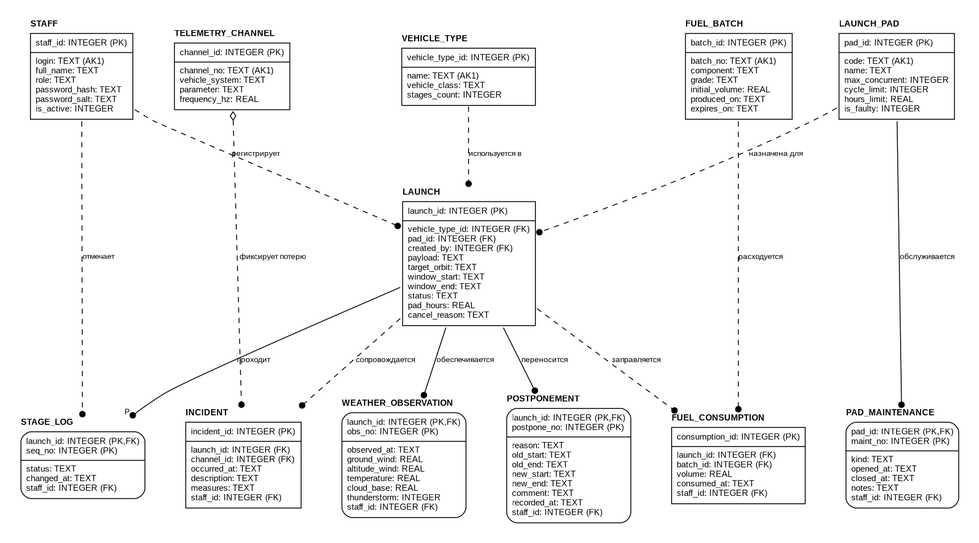
Before: docs/diagrams/idef1x/idef1x.png, a diagram exported from Graphviz (r3DBAD/SpaceCenter). Its source is kept beside it as docs/diagrams/idef1x/idef1x.dot.
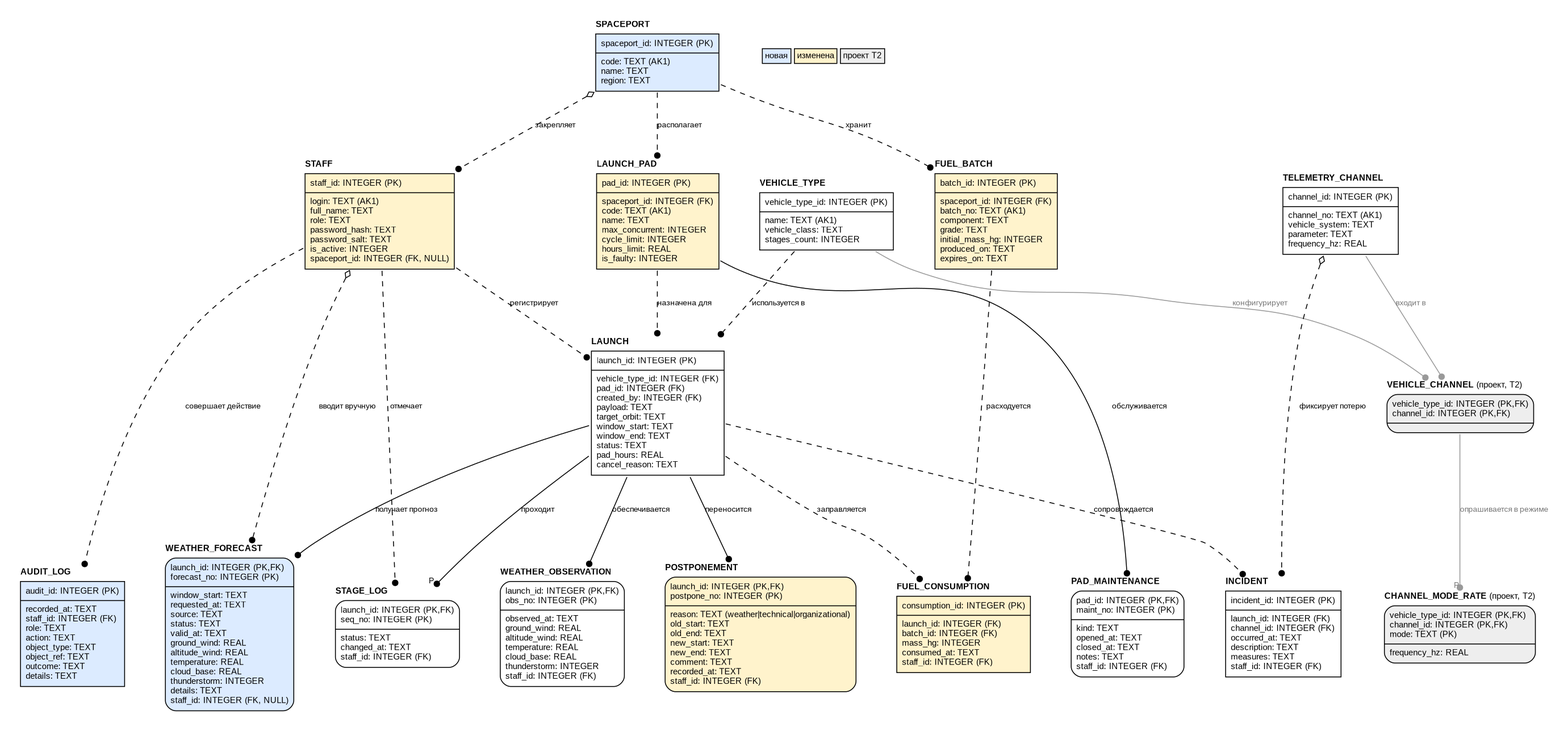
After the change.

What changed in the source:
```diff
@@ -2,18 +2,23 @@
  graph [rankdir=TB fontname="Arial" nodesep=0.6 ranksep=0.9 splines=true pad=0.3 bgcolor=white];
  node [fontname="Arial" fontsize=10];
  edge [fontname="Arial" fontsize=9 dir=both arrowtail=none arrowhead=dot arrowsize=0.8];
- STAFF [shape=plain label=<<TABLE BORDER="0" CELLBORDER="0" CELLSPACING="0"><TR><TD ALIGN="LEFT"><B>STAFF</B></TD></TR><TR><TD><TABLE BORDER="1.5" CELLBORDER="0" CELLSPACING="0" CELLPADDING="5" BGCOLOR="white"><TR><TD ALIGN="LEFT" BALIGN="LEFT">staff_id: INTEGER (PK)<BR ALIGN="LEFT"/></TD></TR><HR/><TR><TD ALIGN="LEFT" BALIGN="LEFT">login: TEXT (AK1)<BR ALIGN="LEFT"/>full_name: TEXT<BR ALIGN="LEFT"/>role: TEXT<BR ALIGN="LEFT"/>password_hash: TEXT<BR ALIGN="LEFT"/>password_salt: TEXT<BR ALIGN="LEFT"/>is_active: INTEGER<BR ALIGN="LEFT"/></TD></TR></TABLE></TD></TR></TABLE>>];
+ SPACEPORT [shape=plain label=<<TABLE BORDER="0" CELLBORDER="0" CELLSPACING="0"><TR><TD ALIGN="LEFT"><B>SPACEPORT</B></TD></TR><TR><TD><TABLE BORDER="1.5" CELLBORDER="0" CELLSPACING="0" CELLPADDING="5" BGCOLOR="#dcebff"><TR><TD ALIGN="LEFT" BALIGN="LEFT">spaceport_id: INTEGER (PK)<BR ALIGN="LEFT"/></TD></TR><HR/><TR><TD ALIGN="LEFT" BALIGN="LEFT">code: TEXT (AK1)<BR ALIGN="LEFT"/>name: TEXT<BR ALIGN="LEFT"/>region: TEXT<BR ALIGN="LEFT"/></TD></TR></TABLE></TD></TR></TABLE>>];
+ STAFF [shape=plain label=<<TABLE BORDER="0" CELLBORDER="0" CELLSPACING="0"><TR><TD ALIGN="LEFT"><B>STAFF</B></TD></TR><TR><TD><TABLE BORDER="1.5" CELLBORDER="0" CELLSPACING="0" CELLPADDING="5" BGCOLOR="#fff3cc"><TR><TD ALIGN="LEFT" BALIGN="LEFT">staff_id: INTEGER (PK)<BR ALIGN="LEFT"/></TD></TR><HR/><TR><TD ALIGN="LEFT" BALIGN="LEFT">login: TEXT (AK1)<BR ALIGN="LEFT"/>full_name: TEXT<BR ALIGN="LEFT"/>role: TEXT<BR ALIGN="LEFT"/>password_hash: TEXT<BR ALIGN="LEFT"/>password_salt: TEXT<BR ALIGN="LEFT"/>is_active: INTEGER<BR ALIGN="LEFT"/>spaceport_id: INTEGER (FK, NULL)<BR ALIGN="LEFT"/></TD></TR></TABLE></TD></TR></TABLE>>];
  VEHICLE_TYPE [shape=plain label=<<TABLE BORDER="0" CELLBORDER="0" CELLSPACING="0"><TR><TD ALIGN="LEFT"><B>VEHICLE_TYPE</B></TD></TR><TR><TD><TABLE BORDER="1.5" CELLBORDER="0" CELLSPACING="0" CELLPADDING="5" BGCOLOR="white"><TR><TD ALIGN="LEFT" BALIGN="LEFT">vehicle_type_id: INTEGER (PK)<BR ALIGN="LEFT"/></TD></TR><HR/><TR><TD ALIGN="LEFT" BALIGN="LEFT">name: TEXT (AK1)<BR ALIGN="LEFT"/>vehicle_class: TEXT<BR ALIGN="LEFT"/>stages_count: INTEGER<BR ALIGN="LEFT"/></TD></TR></TABLE></TD></TR></TABLE>>];
- LAUNCH_PAD [shape=plain label=<<TABLE BORDER="0" CELLBORDER="0" CELLSPACING="0"><TR><TD ALIGN="LEFT"><B>LAUNCH_PAD</B></TD></TR><TR><TD><TABLE BORDER="1.5" CELLBORDER="0" CELLSPACING="0" CELLPADDING="5" BGCOLOR="white"><TR><TD ALIGN="LEFT" BALIGN="LEFT">pad_id: INTEGER (PK)<BR ALIGN="LEFT"/></TD></TR><HR/><TR><TD ALIGN="LEFT" BALIGN="LEFT">code: TEXT (AK1)<BR ALIGN="LEFT"/>name: TEXT<BR ALIGN="LEFT"/>max_concurrent: INTEGER<BR ALIGN="LEFT"/>cycle_limit: INTEGER<BR ALIGN="LEFT"/>hours_limit: REAL<BR ALIGN="LEFT"/>is_faulty: INTEGER<BR ALIGN="LEFT"/></TD></TR></TABLE></TD></TR></TABLE>>];
+ LAUNCH_PAD [shape=plain label=<<TABLE BORDER="0" CELLBORDER="0" CELLSPACING="0"><TR><TD ALIGN="LEFT"><B>LAUNCH_PAD</B></TD></TR><TR><TD><TABLE BORDER="1.5" CELLBORDER="0" CELLSPACING="0" CELLPADDING="5" BGCOLOR="#fff3cc"><TR><TD ALIGN="LEFT" BALIGN="LEFT">pad_id: INTEGER (PK)<BR ALIGN="LEFT"/></TD></TR><HR/><TR><TD ALIGN="LEFT" BALIGN="LEFT">spaceport_id: INTEGER (FK)<BR ALIGN="LEFT"/>code: TEXT (AK1)<BR ALIGN="LEFT"/>name: TEXT<BR ALIGN="LEFT"/>max_concurrent: INTEGER<BR ALIGN="LEFT"/>cycle_limit: INTEGER<BR ALIGN="LEFT"/>hours_limit: REAL<BR ALIGN="LEFT"/>is_faulty: INTEGER<BR ALIGN="LEFT"/></TD></TR></TABLE></TD></TR></TABLE>>];
  LAUNCH [shape=plain label=<<TABLE BORDER="0" CELLBORDER="0" CELLSPACING="0"><TR><TD ALIGN="LEFT"><B>LAUNCH</B></TD></TR><TR><TD><TABLE BORDER="1.5" CELLBORDER="0" CELLSPACING="0" CELLPADDING="5" BGCOLOR="white"><TR><TD ALIGN="LEFT" BALIGN="LEFT">launch_id: INTEGER (PK)<BR ALIGN="LEFT"/></TD></TR><HR/><TR><TD ALIGN="LEFT" BALIGN="LEFT">vehicle_type_id: INTEGER (FK)<BR ALIGN="LEFT"/>pad_id: INTEGER (FK)<BR ALIGN="LEFT"/>created_by: INTEGER (FK)<BR ALIGN="LEFT"/>payload: TEXT<BR ALIGN="LEFT"/>target_orbit: TEXT<BR ALIGN="LEFT"/>window_start: TEXT<BR ALIGN="LEFT"/>window_end: TEXT<BR ALIGN="LEFT"/>status: TEXT<BR ALIGN="LEFT"/>pad_hours: REAL<BR ALIGN="LEFT"/>cancel_reason: TEXT<BR ALIGN="LEFT"/></TD></TR></TABLE></TD></TR></TABLE>>];
  STAGE_LOG [shape=plain label=<<TABLE BORDER="0" CELLBORDER="0" CELLSPACING="0"><TR><TD ALIGN="LEFT"><B>STAGE_LOG</B></TD></TR><TR><TD><TABLE BORDER="1.5" STYLE="ROUNDED" CELLBORDER="0" CELLSPACING="0" CELLPADDING="5" BGCOLOR="white"><TR><TD ALIGN="LEFT" BALIGN="LEFT">launch_id: INTEGER (PK,FK)<BR ALIGN="LEFT"/>seq_no: INTEGER (PK)<BR ALIGN="LEFT"/></TD></TR><HR/><TR><TD ALIGN="LEFT" BALIGN="LEFT">status: TEXT<BR ALIGN="LEFT"/>changed_at: TEXT<BR ALIGN="LEFT"/>staff_id: INTEGER (FK)<BR ALIGN="LEFT"/></TD></TR></TABLE></TD></TR></TABLE>>];
  PAD_MAINTENANCE [shape=plain label=<<TABLE BORDER="0" CELLBORDER="0" CELLSPACING="0"><TR><TD ALIGN="LEFT"><B>PAD_MAINTENANCE</B></TD></TR><TR><TD><TABLE BORDER="1.5" STYLE="ROUNDED" CELLBORDER="0" CELLSPACING="0" CELLPADDING="5" BGCOLOR="white"><TR><TD ALIGN="LEFT" BALIGN="LEFT">pad_id: INTEGER (PK,FK)<BR ALIGN="LEFT"/>maint_no: INTEGER (PK)<BR ALIGN="LEFT"/></TD></TR><HR/><TR><TD ALIGN="LEFT" BALIGN="LEFT">kind: TEXT<BR ALIGN="LEFT"/>opened_at: TEXT<BR ALIGN="LEFT"/>closed_at: TEXT<BR ALIGN="LEFT"/>notes: TEXT<BR ALIGN="LEFT"/>staff_id: INTEGER (FK)<BR ALIGN="LEFT"/></TD></TR></TABLE></TD></TR></TABLE>>];
- FUEL_BATCH [shape=plain label=<<TABLE BORDER="0" CELLBORDER="0" CELLSPACING="0"><TR><TD ALIGN="LEFT"><B>FUEL_BATCH</B></TD></TR><TR><TD><TABLE BORDER="1.5" CELLBORDER="0" CELLSPACING="0" CELLPADDING="5" BGCOLOR="white"><TR><TD ALIGN="LEFT" BALIGN="LEFT">batch_id: INTEGER (PK)<BR ALIGN="LEFT"/></TD></TR><HR/><TR><TD ALIGN="LEFT" BALIGN="LEFT">batch_no: TEXT (AK1)<BR ALIGN="LEFT"/>component: TEXT<BR ALIGN="LEFT"/>grade: TEXT<BR ALIGN="LEFT"/>initial_volume: REAL<BR ALIGN="LEFT"/>produced_on: TEXT<BR ALIGN="LEFT"/>expires_on: TEXT<BR ALIGN="LEFT"/></TD></TR></TABLE></TD></TR></TABLE>>];
- FUEL_CONSUMPTION [shape=plain label=<<TABLE BORDER="0" CELLBORDER="0" CELLSPACING="0"><TR><TD ALIGN="LEFT"><B>FUEL_CONSUMPTION</B></TD></TR><TR><TD><TABLE BORDER="1.5" CELLBORDER="0" CELLSPACING="0" CELLPADDING="5" BGCOLOR="white"><TR><TD ALIGN="LEFT" BALIGN="LEFT">consumption_id: INTEGER (PK)<BR ALIGN="LEFT"/></TD></TR><HR/><TR><TD ALIGN="LEFT" BALIGN="LEFT">launch_id: INTEGER (FK)<BR ALIGN="LEFT"/>batch_id: INTEGER (FK)<BR ALIGN="LEFT"/>volume: REAL<BR ALIGN="LEFT"/>consumed_at: TEXT<BR ALIGN="LEFT"/>staff_id: INTEGER (FK)<BR ALIGN="LEFT"/></TD></TR></TABLE></TD></TR></TABLE>>];
+ FUEL_BATCH [shape=plain label=<<TABLE BORDER="0" CELLBORDER="0" CELLSPACING="0"><TR><TD ALIGN="LEFT"><B>FUEL_BATCH</B></TD></TR><TR><TD><TABLE BORDER="1.5" CELLBORDER="0" CELLSPACING="0" CELLPADDING="5" BGCOLOR="#fff3cc"><TR><TD ALIGN="LEFT" BALIGN="LEFT">batch_id: INTEGER (PK)<BR ALIGN="LEFT"/></TD></TR><HR/><TR><TD ALIGN="LEFT" BALIGN="LEFT">spaceport_id: INTEGER (FK)<BR ALIGN="LEFT"/>batch_no: TEXT (AK1)<BR ALIGN="LEFT"/>component: TEXT<BR ALIGN="LEFT"/>grade: TEXT<BR ALIGN="LEFT"/>initial_mass_hg: INTEGER<BR ALIGN="LEFT"/>produced_on: TEXT<BR ALIGN="LEFT"/>expires_on: TEXT<BR ALIGN="LEFT"/></TD></TR></TABLE></TD></TR></TABLE>>];
+ FUEL_CONSUMPTION [shape=plain label=<<TABLE BORDER="0" CELLBORDER="0" CELLSPACING="0"><TR><TD ALIGN="LEFT"><B>FUEL_CONSUMPTION</B></TD></TR><TR><TD><TABLE BORDER="1.5" CELLBORDER="0" CELLSPACING="0" CELLPADDING="5" BGCOLOR="#fff3cc"><TR><TD ALIGN="LEFT" BALIGN="LEFT">consumption_id: INTEGER (PK)<BR ALIGN="LEFT"/></TD></TR><HR/><TR><TD ALIGN="LEFT" BALIGN="LEFT">launch_id: INTEGER (FK)<BR ALIGN="LEFT"/>batch_id: INTEGER (FK)<BR ALIGN="LEFT"/>mass_hg: INTEGER<BR ALIGN="LEFT"/>consumed_at: TEXT<BR ALIGN="LEFT"/>staff_id: INTEGER (FK)<BR ALIGN="LEFT"/></TD></TR></TABLE></TD></TR></TABLE>>];
  WEATHER_OBSERVATION [shape=plain label=<<TABLE BORDER="0" CELLBORDER="0" CELLSPACING="0"><TR><TD ALIGN="LEFT"><B>WEATHER_OBSERVATION</B></TD></TR><TR><TD><TABLE BORDER="1.5" STYLE="ROUNDED" CELLBORDER="0" CELLSPACING="0" CELLPADDING="5" BGCOLOR="white"><TR><TD ALIGN="LEFT" BALIGN="LEFT">launch_id: INTEGER (PK,FK)<BR ALIGN="LEFT"/>obs_no: INTEGER (PK)<BR ALIGN="LEFT"/></TD></TR><HR/><TR><TD ALIGN="LEFT" BALIGN="LEFT">observed_at: TEXT<BR ALIGN="LEFT"/>ground_wind: REAL<BR ALIGN="LEFT"/>altitude_wind: REAL<BR ALIGN="LEFT"/>temperature: REAL<BR ALIGN="LEFT"/>cloud_base: REAL<BR ALIGN="LEFT"/>thunderstorm: INTEGER<BR ALIGN="LEFT"/>staff_id: INTEGER (FK)<BR ALIGN="LEFT"/></TD></TR></TABLE></TD></TR></TABLE>>];
  TELEMETRY_CHANNEL [shape=plain label=<<TABLE BORDER="0" CELLBORDER="0" CELLSPACING="0"><TR><TD ALIGN="LEFT"><B>TELEMETRY_CHANNEL</B></TD></TR><TR><TD><TABLE BORDER="1.5" CELLBORDER="0" CELLSPACING="0" CELLPADDING="5" BGCOLOR="white"><TR><TD ALIGN="LEFT" BALIGN="LEFT">channel_id: INTEGER (PK)<BR ALIGN="LEFT"/></TD></TR><HR/><TR><TD ALIGN="LEFT" BALIGN="LEFT">channel_no: TEXT (AK1)<BR ALIGN="LEFT"/>vehicle_system: TEXT<BR ALIGN="LEFT"/>parameter: TEXT<BR ALIGN="LEFT"/>frequency_hz: REAL<BR ALIGN="LEFT"/></TD></TR></TABLE></TD></TR></TABLE>>];
  INCIDENT [shape=plain label=<<TABLE BORDER="0" CELLBORDER="0" CELLSPACING="0"><TR><TD ALIGN="LEFT"><B>INCIDENT</B></TD></TR><TR><TD><TABLE BORDER="1.5" CELLBORDER="0" CELLSPACING="0" CELLPADDING="5" BGCOLOR="white"><TR><TD ALIGN="LEFT" BALIGN="LEFT">incident_id: INTEGER (PK)<BR ALIGN="LEFT"/></TD></TR><HR/><TR><TD ALIGN="LEFT" BALIGN="LEFT">launch_id: INTEGER (FK)<BR ALIGN="LEFT"/>channel_id: INTEGER (FK)<BR ALIGN="LEFT"/>occurred_at: TEXT<BR ALIGN="LEFT"/>description: TEXT<BR ALIGN="LEFT"/>measures: TEXT<BR ALIGN="LEFT"/>staff_id: INTEGER (FK)<BR ALIGN="LEFT"/></TD></TR></TABLE></TD></TR></TABLE>>];
- POSTPONEMENT [shape=plain label=<<TABLE BORDER="0" CELLBORDER="0" CELLSPACING="0"><TR><TD ALIGN="LEFT"><B>POSTPONEMENT</B></TD></TR><TR><TD><TABLE BORDER="1.5" STYLE="ROUNDED" CELLBORDER="0" CELLSPACING="0" CELLPADDING="5" BGCOLOR="white"><TR><TD ALIGN="LEFT" BALIGN="LEFT">launch_id: INTEGER (PK,FK)<BR ALIGN="LEFT"/>postpone_no: INTEGER (PK)<BR ALIGN="LEFT"/></TD></TR><HR/><TR><TD ALIGN="LEFT" BALIGN="LEFT">reason: TEXT<BR ALIGN="LEFT"/>old_start: TEXT<BR ALIGN="LEFT"/>old_end: TEXT<BR ALIGN="LEFT"/>new_start: TEXT<BR ALIGN="LEFT"/>new_end: TEXT<BR ALIGN="LEFT"/>comment: TEXT<BR ALIGN="LEFT"/>recorded_at: TEXT<BR ALIGN="LEFT"/>staff_id: INTEGER (FK)<BR ALIGN="LEFT"/></TD></TR></TABLE></TD></TR></TABLE>>];
+ POSTPONEMENT [shape=plain label=<<TABLE BORDER="0" CELLBORDER="0" CELLSPACING="0"><TR><TD ALIGN="LEFT"><B>POSTPONEMENT</B></TD></TR><TR><TD><TABLE BORDER="1.5" STYLE="ROUNDED" CELLBORDER="0" CELLSPACING="0" CELLPADDING="5" BGCOLOR="#fff3cc"><TR><TD ALIGN="LEFT" BALIGN="LEFT">launch_id: INTEGER (PK,FK)<BR ALIGN="LEFT"/>postpone_no: INTEGER (PK)<BR ALIGN="LEFT"/></TD></TR><HR/><TR><TD ALIGN="LEFT" BALIGN="LEFT">reason: TEXT (weather|technical|organizational)<BR ALIGN="LEFT"/>old_start: TEXT<BR ALIGN="LEFT"/>old_end: TEXT<BR ALIGN="LEFT"/>new_start: TEXT<BR ALIGN="LEFT"/>new_end: TEXT<BR ALIGN="LEFT"/>comment: TEXT<BR ALIGN="LEFT"/>recorded_at: TEXT<BR ALIGN="LEFT"/>staff_id: INTEGER (FK)<BR ALIGN="LEFT"/></TD></TR></TABLE></TD></TR></TABLE>>];
+ WEATHER_FORECAST [shape=plain label=<<TABLE BORDER="0" CELLBORDER="0" CELLSPACING="0"><TR><TD ALIGN="LEFT"><B>WEATHER_FORECAST</B></TD></TR><TR><TD><TABLE BORDER="1.5" STYLE="ROUNDED" CELLBORDER="0" CELLSPACING="0" CELLPADDING="5" BGCOLOR="#dcebff"><TR><TD ALIGN="LEFT" BALIGN="LEFT">launch_id: INTEGER (PK,FK)<BR ALIGN="LEFT"/>forecast_no: INTEGER (PK)<BR ALIGN="LEFT"/></TD></TR><HR/><TR><TD ALIGN="LEFT" BALIGN="LEFT">window_start: TEXT<BR ALIGN="LEFT"/>requested_at: TEXT<BR ALIGN="LEFT"/>source: TEXT<BR ALIGN="LEFT"/>status: TEXT<BR ALIGN="LEFT"/>valid_at: TEXT<BR ALIGN="LEFT"/>ground_wind: REAL<BR ALIGN="LEFT"/>altitude_wind: REAL<BR ALIGN="LEFT"/>temperature: REAL<BR ALIGN="LEFT"/>cloud_base: REAL<BR ALIGN="LEFT"/>thunderstorm: INTEGER<BR ALIGN="LEFT"/>details: TEXT<BR ALIGN="LEFT"/>staff_id: INTEGER (FK, NULL)<BR ALIGN="LEFT"/></TD></TR></TABLE></TD></TR></TABLE>>];
+ AUDIT_LOG [shape=plain label=<<TABLE BORDER="0" CELLBORDER="0" CELLSPACING="0"><TR><TD ALIGN="LEFT"><B>AUDIT_LOG</B></TD></TR><TR><TD><TABLE BORDER="1.5" CELLBORDER="0" CELLSPACING="0" CELLPADDING="5" BGCOLOR="#dcebff"><TR><TD ALIGN="LEFT" BALIGN="LEFT">audit_id: INTEGER (PK)<BR ALIGN="LEFT"/></TD></TR><HR/><TR><TD ALIGN="LEFT" BALIGN="LEFT">recorded_at: TEXT<BR ALIGN="LEFT"/>staff_id: INTEGER (FK)<BR ALIGN="LEFT"/>role: TEXT<BR ALIGN="LEFT"/>action: TEXT<BR ALIGN="LEFT"/>object_type: TEXT<BR ALIGN="LEFT"/>object_ref: TEXT<BR ALIGN="LEFT"/>outcome: TEXT<BR ALIGN="LEFT"/>details: TEXT<BR ALIGN="LEFT"/></TD></TR></TABLE></TD></TR></TABLE>>];
+ VEHICLE_CHANNEL [shape=plain label=<<TABLE BORDER="0" CELLBORDER="0" CELLSPACING="0"><TR><TD ALIGN="LEFT"><B>VEHICLE_CHANNEL</B> (проект, Т2)</TD></TR><TR><TD><TABLE BORDER="1.5" STYLE="ROUNDED" CELLBORDER="0" CELLSPACING="0" CELLPADDING="5" BGCOLOR="#eeeeee"><TR><TD ALIGN="LEFT" BALIGN="LEFT">vehicle_type_id: INTEGER (PK,FK)<BR ALIGN="LEFT"/>channel_id: INTEGER (PK,FK)<BR ALIGN="LEFT"/></TD></TR><HR/><TR><TD ALIGN="LEFT" BALIGN="LEFT"></TD></TR></TABLE></TD></TR></TABLE>>];
+ CHANNEL_MODE_RATE [shape=plain label=<<TABLE BORDER="0" CELLBORDER="0" CELLSPACING="0"><TR><TD ALIGN="LEFT"><B>CHANNEL_MODE_RATE</B> (проект, Т2)</TD></TR><TR><TD><TABLE BORDER="1.5" STYLE="ROUNDED" CELLBORDER="0" CELLSPACING="0" CELLPADDING="5" BGCOLOR="#eeeeee"><TR><TD ALIGN="LEFT" BALIGN="LEFT">vehicle_type_id: INTEGER (PK,FK)<BR ALIGN="LEFT"/>channel_id: INTEGER (PK,FK)<BR ALIGN="LEFT"/>mode: TEXT (PK)<BR ALIGN="LEFT"/></TD></TR><HR/><TR><TD ALIGN="LEFT" BALIGN="LEFT">frequency_hz: REAL<BR ALIGN="LEFT"/></TD></TR></TABLE></TD></TR></TABLE>>];
  VEHICLE_TYPE -> LAUNCH [style=dashed arrowtail=none label="используется в"];
  LAUNCH_PAD -> LAUNCH [style=dashed arrowtail=none label="назначена для"];
  STAFF -> LAUNCH [style=dashed arrowtail=none label="регистрирует"];
@@ -26,6 +31,17 @@
  LAUNCH -> POSTPONEMENT [style=solid arrowtail=none label="переносится"];
  LAUNCH -> INCIDENT [style=dashed arrowtail=none label="сопровождается"];
  TELEMETRY_CHANNEL -> INCIDENT [style=dashed arrowtail=odiamond label="фиксирует потерю"];
+ SPACEPORT -> LAUNCH_PAD [style=dashed arrowtail=none label="располагает"];
+ SPACEPORT -> FUEL_BATCH [style=dashed arrowtail=none label="хранит"];
+ SPACEPORT -> STAFF [style=dashed arrowtail=odiamond label="закрепляет"];
+ LAUNCH -> WEATHER_FORECAST [style=solid arrowtail=none label="получает прогноз"];
+ STAFF -> WEATHER_FORECAST [style=dashed arrowtail=odiamond label="вводит вручную"];
+ STAFF -> AUDIT_LOG [style=dashed arrowtail=none label="совершает действие"];
+ VEHICLE_TYPE -> VEHICLE_CHANNEL [style=solid arrowtail=none label="конфигурирует" color="#999999" fontcolor="#777777"];
+ TELEMETRY_CHANNEL -> VEHICLE_CHANNEL [style=solid arrowtail=none label="входит в" color="#999999" fontcolor="#777777"];
+ VEHICLE_CHANNEL -> CHANNEL_MODE_RATE [style=solid arrowtail=none label="опрашивается в режиме" headlabel="P" color="#999999" fontcolor="#777777"];
  {rank=same; STAFF; VEHICLE_TYPE; LAUNCH_PAD; FUEL_BATCH; TELEMETRY_CHANNEL}
  {rank=same; STAGE_LOG; WEATHER_OBSERVATION; POSTPONEMENT; FUEL_CONSUMPTION; INCIDENT; PAD_MAINTENANCE}
+ {rank=same; WEATHER_FORECAST; AUDIT_LOG; CHANNEL_MODE_RATE}
+ legend [shape=plain label=<<TABLE BORDER="0" CELLSPACING="4"><TR><TD BGCOLOR="#dcebff" BORDER="1">новая</TD><TD BGCOLOR="#fff3cc" BORDER="1">изменена</TD><TD BGCOLOR="#eeeeee" BORDER="1">проект Т2</TD></TR></TABLE>>];
 }
```
